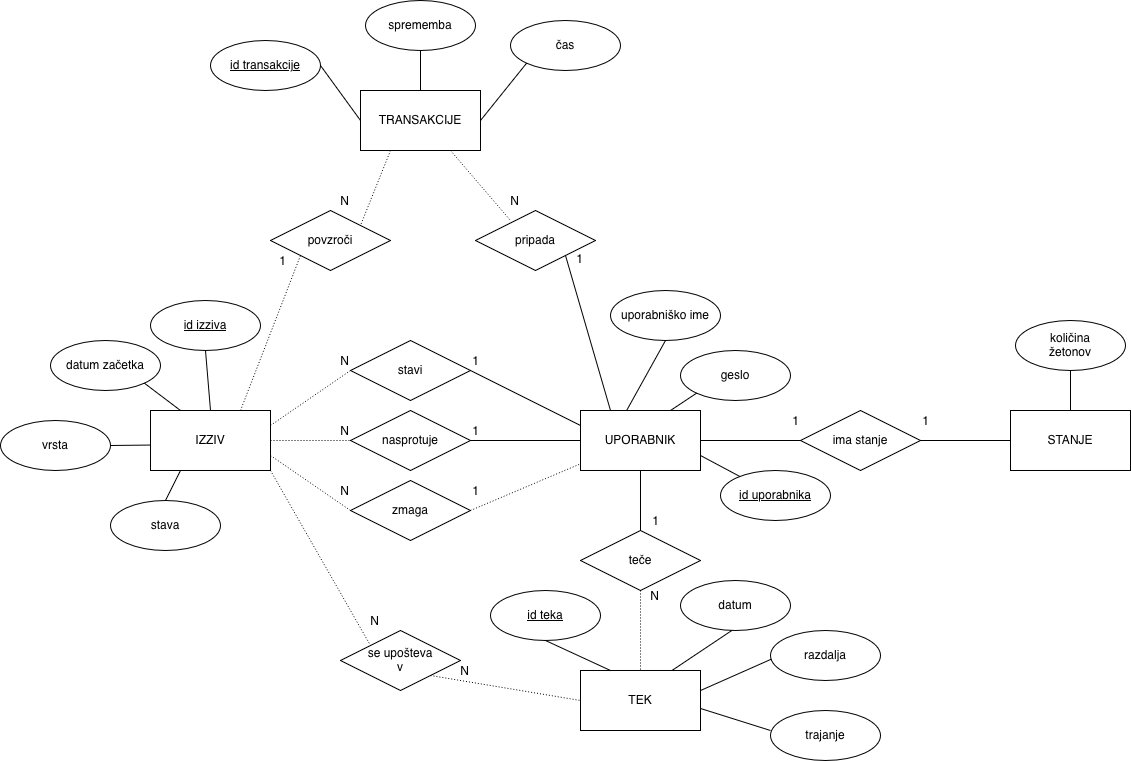
Before: er-diagram.png, a diagram exported from draw.io (tilenzabkar/OPB-RunDuel). Source tidied: cells renumbered, new cells last; positions are measured from the earlier drawing's top-left corner, leaving out a move shared by most shapes.
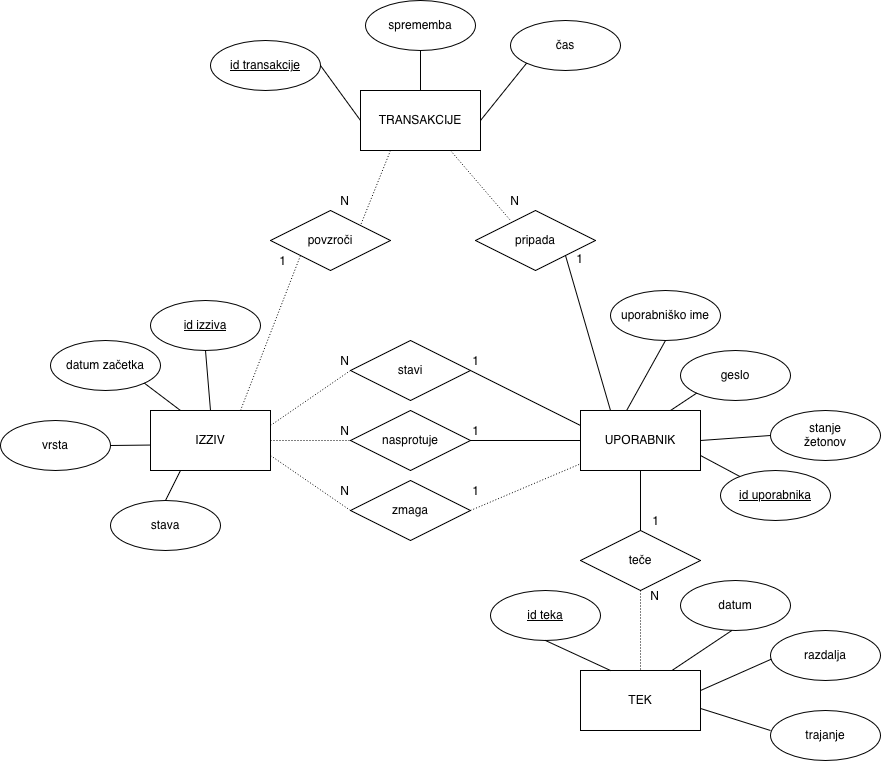
Later version of the same file.

Commit message:
popravljen er diagram

What changed in the source:
```diff
@@ -50,9 +50,6 @@
     <mxCell id="17" value="IZZIV" style="rounded=0;whiteSpace=wrap;html=1;" parent="1" vertex="1">
       <mxGeometry x="150" y="410" width="120" height="60" as="geometry" />
     </mxCell>
-    <mxCell id="18" value="STANJE" style="rounded=0;whiteSpace=wrap;html=1;" parent="1" vertex="1">
-      <mxGeometry x="1010" y="410" width="120" height="60" as="geometry" />
-    </mxCell>
     <mxCell id="19" value="&lt;font&gt;TRANSAKCIJE&lt;/font&gt;" style="rounded=0;whiteSpace=wrap;html=1;" parent="1" vertex="1">
       <mxGeometry x="360" y="90" width="120" height="60" as="geometry" />
     </mxCell>
@@ -143,42 +140,12 @@
     <mxCell id="47" value="1" style="html=1;whiteSpace=wrap;align=right;verticalAlign=bottom;" parent="1" vertex="1">
       <mxGeometry x="480" y="500" as="geometry" />
     </mxCell>
-    <mxCell id="48" value="&lt;div&gt;količina&lt;/div&gt;&lt;div&gt;žetonov&lt;/div&gt;" style="ellipse;whiteSpace=wrap;html=1;" parent="1" vertex="1">
-      <mxGeometry x="1015" y="320" width="110" height="50" as="geometry" />
+    <mxCell id="48" value="&lt;div&gt;stanje&lt;/div&gt;&lt;div&gt;žetonov&lt;/div&gt;" style="ellipse;whiteSpace=wrap;html=1;" parent="1" vertex="1">
+      <mxGeometry x="770" y="410" width="110" height="50" as="geometry" />
     </mxCell>
-    <mxCell id="49" style="endArrow=none;html=1;rounded=0;entryX=0.5;entryY=1;entryDx=0;entryDy=0;exitX=0.5;exitY=0;exitDx=0;exitDy=0;" parent="1" edge="1" source="18" target="48">
-      <mxGeometry relative="1" as="geometry" />
-    </mxCell>
-    <mxCell id="50" value="&lt;div&gt;se upošteva&lt;/div&gt;&lt;div&gt;v&lt;/div&gt;" style="shape=rhombus;perimeter=rhombusPerimeter;whiteSpace=wrap;html=1;align=center;" parent="1" vertex="1">
-      <mxGeometry x="340" y="630" width="120" height="60" as="geometry" />
-    </mxCell>
-    <mxCell id="51" style="endArrow=none;html=1;rounded=0;dashed=1;dashPattern=1 2;exitX=1;exitY=1;exitDx=0;exitDy=0;entryX=0;entryY=0;entryDx=0;entryDy=0;" parent="1" edge="1" source="17" target="50">
-      <mxGeometry relative="1" as="geometry" />
-    </mxCell>
-    <mxCell id="52" value="N" style="html=1;whiteSpace=wrap;align=right;verticalAlign=bottom;" parent="1" vertex="1">
-      <mxGeometry x="380" y="630" as="geometry" />
-    </mxCell>
-    <mxCell id="53" style="endArrow=none;html=1;rounded=0;dashed=1;dashPattern=1 2;exitX=1;exitY=1;exitDx=0;exitDy=0;entryX=0;entryY=0.5;entryDx=0;entryDy=0;" parent="1" edge="1" source="50" target="6">
-      <mxGeometry relative="1" as="geometry" />
-    </mxCell>
-    <mxCell id="54" value="N" style="html=1;whiteSpace=wrap;align=right;verticalAlign=bottom;" parent="1" vertex="1">
-      <mxGeometry x="470" y="680" as="geometry" />
-    </mxCell>
-    <mxCell id="55" value="ima stanje" style="shape=rhombus;perimeter=rhombusPerimeter;whiteSpace=wrap;html=1;align=center;" parent="1" vertex="1">
-      <mxGeometry x="800" y="410" width="120" height="60" as="geometry" />
-    </mxCell>
-    <mxCell id="56" style="endArrow=none;html=1;rounded=0;entryX=0;entryY=0.5;entryDx=0;entryDy=0;exitX=1;exitY=0.5;exitDx=0;exitDy=0;" parent="1" edge="1" source="55" target="18">
-      <mxGeometry relative="1" as="geometry" />
-    </mxCell>
-    <mxCell id="57" value="1" style="html=1;whiteSpace=wrap;align=right;verticalAlign=bottom;" parent="1" vertex="1">
-      <mxGeometry x="930" y="430" as="geometry" />
-    </mxCell>
-    <mxCell id="58" style="endArrow=none;html=1;rounded=0;entryX=0;entryY=0.5;entryDx=0;entryDy=0;exitX=1;exitY=0.5;exitDx=0;exitDy=0;" parent="1" edge="1" source="2" target="55">
+    <mxCell id="58" style="endArrow=none;html=1;rounded=0;entryX=0;entryY=0.5;entryDx=0;entryDy=0;exitX=1;exitY=0.5;exitDx=0;exitDy=0;" parent="1" edge="1" source="2" target="48">
       <mxGeometry relative="1" as="geometry" />
     </mxCell>
-    <mxCell id="59" value="1" style="html=1;whiteSpace=wrap;align=right;verticalAlign=bottom;" parent="1" vertex="1">
-      <mxGeometry x="800" y="430" as="geometry" />
-    </mxCell>
     <mxCell id="60" value="sprememba" style="ellipse;whiteSpace=wrap;html=1;" parent="1" vertex="1">
       <mxGeometry x="365" width="110" height="50" as="geometry" />
     </mxCell>
```
